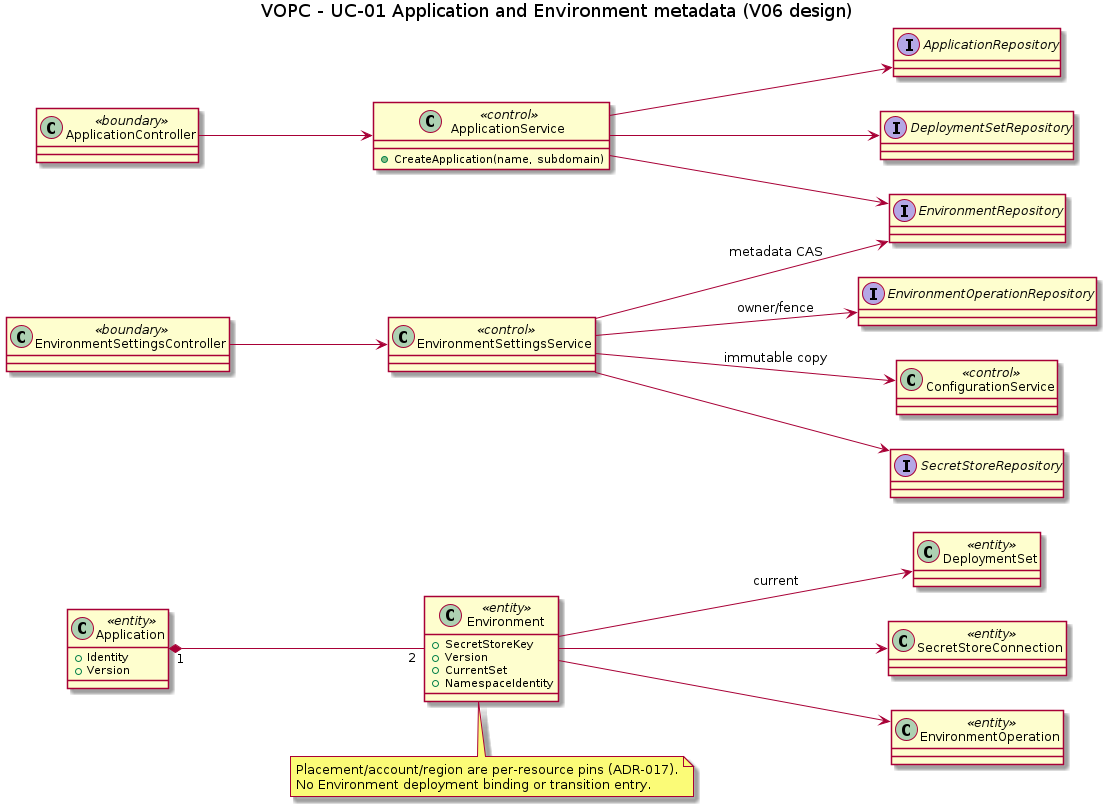
pr3s3nt/poc keeps this PlantUML diagram as orchestrator_docs/usecase/UC-01/vopc.png. Above is the earlier version. Its source is kept beside it as orchestrator_docs/usecase/UC-01/vopc.puml.
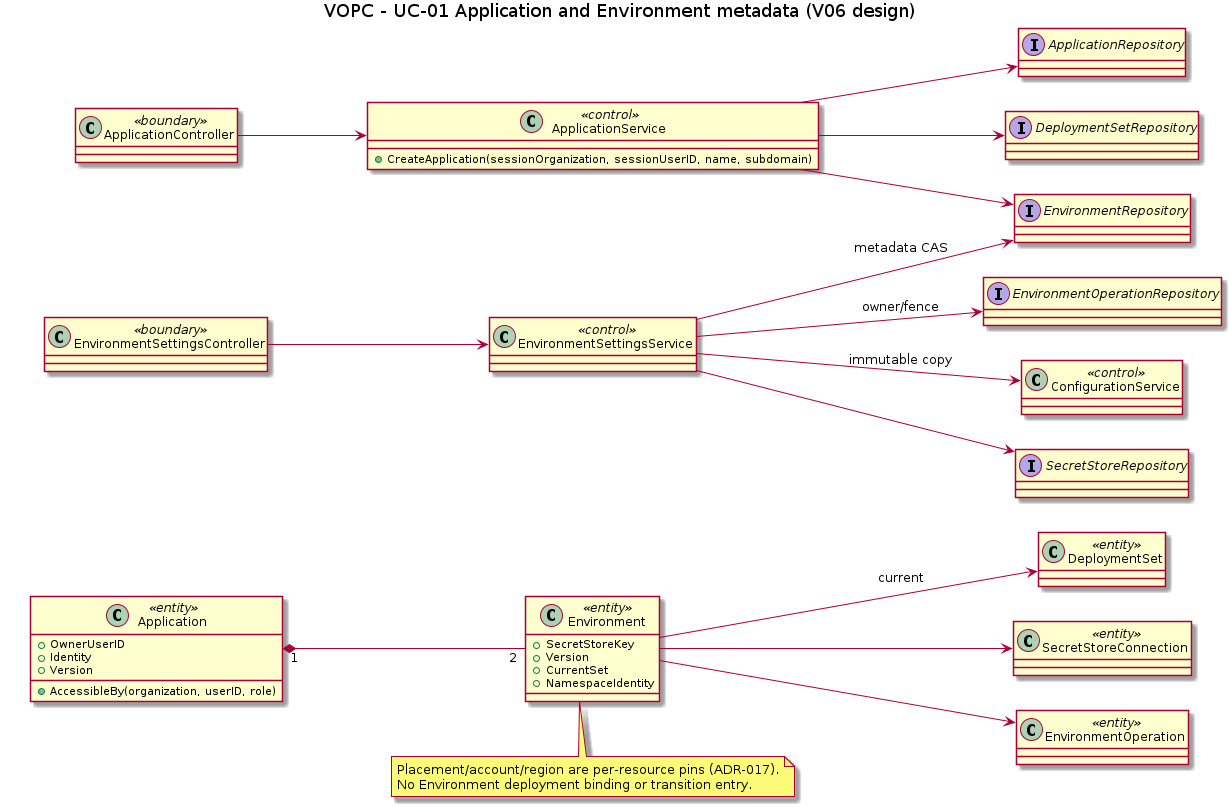
Later version of the same file.

What changed in the source:
```diff
@@ -4,11 +4,13 @@
 class ApplicationController <<boundary>>
 class EnvironmentSettingsController <<boundary>>
 class ApplicationService <<control>> {
- +CreateApplication(name, subdomain)
+ +CreateApplication(sessionOrganization, sessionUserID, name, subdomain)
 }
 class EnvironmentSettingsService <<control>>
 class ConfigurationService <<control>>
 class Application <<entity>> {
+ +OwnerUserID
+ +AccessibleBy(organization, userID, role)
  +Identity
  +Version
 }
```
